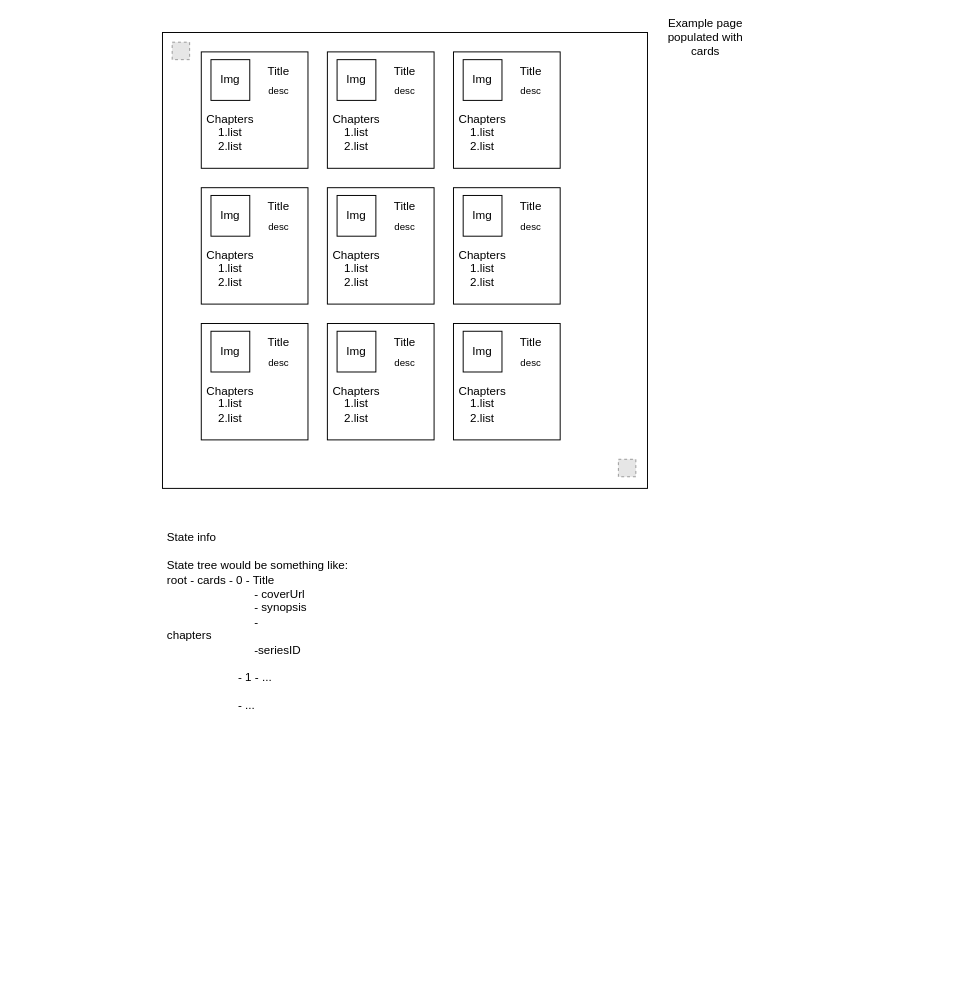
The draw.io diagram mGui.drawio in Boole215/mTracker, before the edit. Source tidied: cells renumbered, new cells numbered last; positions are measured from the earlier drawing's top-left corner, leaving out a move shared by most shapes. Both pictures are drawn from the tidied source at 97%, with x=0, y=0 at pixel (162, 22). Pictures stored in the file or linked from it are replaced by grey dashed boxes.
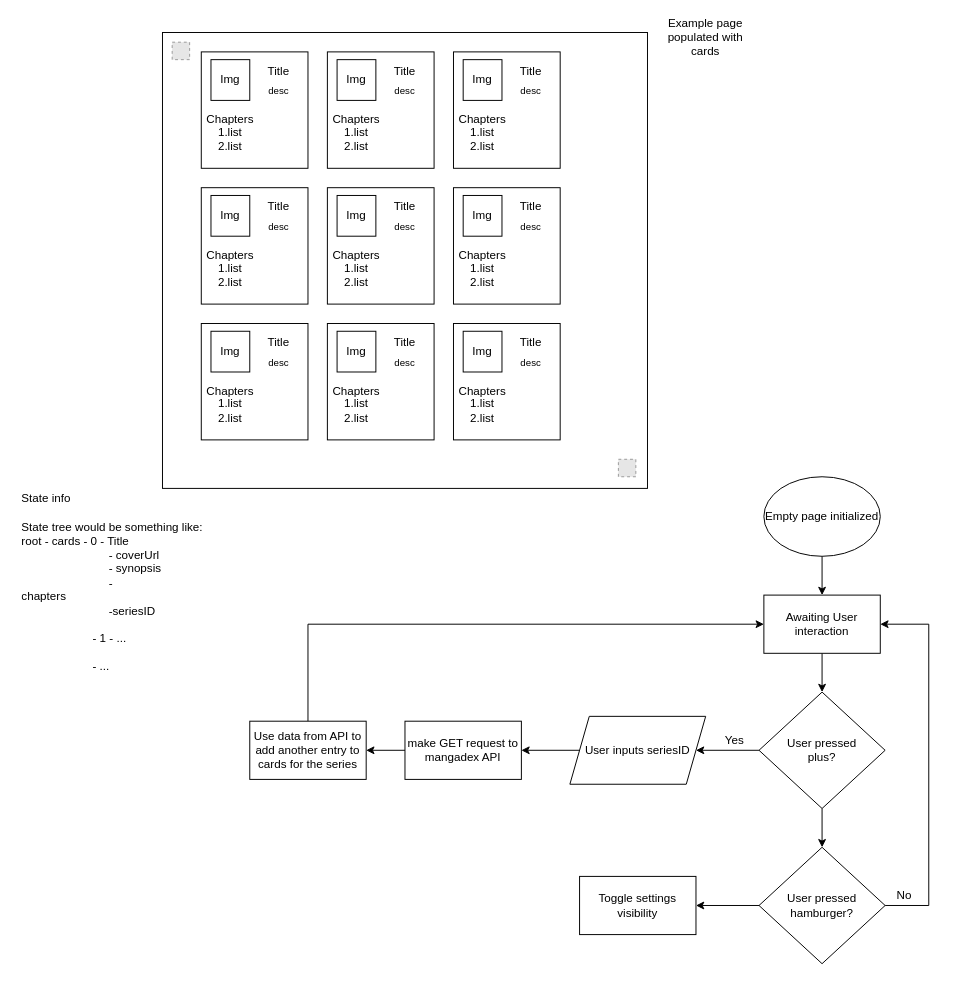
After the change.

What changed in the source:
```diff
@@
     <mxCell id="69" value="&#10;State info&#10;&#10;State tree would be something like:&#10;root - cards - 0 - Title&#10;                           - coverUrl&#10;                           - synopsis&#10;                           - chapters                                &#10;                           -seriesID                      &#10;&#10;                      - 1 - ...&#10;&#10;                      - ...&#10;&#10;&#10;&#10;" style="text;strokeColor=none;fillColor=none;spacing=5;spacingTop=-20;overflow=hidden;rounded=0;spacingBottom=0;whiteSpace=wrap;" parent="1" vertex="1">
-      <mxGeometry y="520" width="250" height="230" as="geometry" />
+      <mxGeometry x="-150" y="480" width="250" height="230" as="geometry" />
     </mxCell>
+    <mxCell id="70" style="edgeStyle=orthogonalEdgeStyle;rounded=0;jettySize=auto;html=1;entryX=0.5;entryY=0;entryDx=0;entryDy=0;" parent="1" edge="1" source="71" target="73">
+      <mxGeometry relative="1" as="geometry" />
+    </mxCell>
+    <mxCell id="71" value="Empty page initialized" style="ellipse;whiteSpace=wrap;html=1;" parent="1" vertex="1">
+      <mxGeometry x="620" y="468" width="120" height="82" as="geometry" />
+    </mxCell>
+    <mxCell id="72" style="edgeStyle=orthogonalEdgeStyle;rounded=0;jettySize=auto;html=1;entryX=0.5;entryY=0;entryDx=0;entryDy=0;" parent="1" edge="1" source="73" target="76">
+      <mxGeometry relative="1" as="geometry" />
+    </mxCell>
+    <mxCell id="73" value="Awaiting User interaction" style="rounded=0;whiteSpace=wrap;html=1;" parent="1" vertex="1">
+      <mxGeometry x="620" y="590" width="120" height="60" as="geometry" />
+    </mxCell>
+    <mxCell id="74" style="edgeStyle=orthogonalEdgeStyle;rounded=0;jettySize=auto;html=1;entryX=1;entryY=0.5;entryDx=0;entryDy=0;" parent="1" edge="1" source="76" target="78">
+      <mxGeometry relative="1" as="geometry" />
+    </mxCell>
+    <mxCell id="75" style="edgeStyle=orthogonalEdgeStyle;rounded=0;jettySize=auto;html=1;entryX=0.5;entryY=0;entryDx=0;entryDy=0;" parent="1" edge="1" source="76" target="82">
+      <mxGeometry relative="1" as="geometry" />
+    </mxCell>
+    <mxCell id="76" value="&lt;div&gt;User pressed&lt;/div&gt;plus?" style="rhombus;whiteSpace=wrap;html=1;" parent="1" vertex="1">
+      <mxGeometry x="615" y="690" width="130" height="120" as="geometry" />
+    </mxCell>
+    <mxCell id="77" style="edgeStyle=orthogonalEdgeStyle;rounded=0;jettySize=auto;html=1;entryX=1;entryY=0.5;entryDx=0;entryDy=0;" parent="1" edge="1" source="78" target="85">
+      <mxGeometry relative="1" as="geometry" />
+    </mxCell>
+    <mxCell id="78" value="User inputs seriesID" style="shape=parallelogram;perimeter=parallelogramPerimeter;whiteSpace=wrap;html=1;fixedSize=1;" parent="1" vertex="1">
+      <mxGeometry x="420" y="715" width="140" height="70" as="geometry" />
+    </mxCell>
+    <mxCell id="79" value="Yes" style="text;html=1;strokeColor=none;fillColor=none;align=center;verticalAlign=middle;whiteSpace=wrap;rounded=0;" parent="1" vertex="1">
+      <mxGeometry x="570" y="730" width="40" height="20" as="geometry" />
+    </mxCell>
+    <mxCell id="80" style="edgeStyle=orthogonalEdgeStyle;rounded=0;jettySize=auto;html=1;entryX=1;entryY=0.5;entryDx=0;entryDy=0;" parent="1" edge="1" source="82" target="73">
+      <mxGeometry relative="1" as="geometry">
+        <Array as="points">
+          <mxPoint x="790" y="910" />
+          <mxPoint x="790" y="620" />
+        </Array>
+      </mxGeometry>
+    </mxCell>
+    <mxCell id="81" style="edgeStyle=orthogonalEdgeStyle;rounded=0;jettySize=auto;html=1;entryX=1;entryY=0.5;entryDx=0;entryDy=0;" parent="1" edge="1" source="82" target="86">
+      <mxGeometry relative="1" as="geometry" />
+    </mxCell>
+    <mxCell id="82" value="&lt;div&gt;User pressed&lt;/div&gt;hamburger?" style="rhombus;whiteSpace=wrap;html=1;" parent="1" vertex="1">
+      <mxGeometry x="615" y="850" width="130" height="120" as="geometry" />
+    </mxCell>
+    <mxCell id="83" value="No" style="text;html=1;strokeColor=none;fillColor=none;align=center;verticalAlign=middle;whiteSpace=wrap;rounded=0;" parent="1" vertex="1">
+      <mxGeometry x="745" y="890" width="40" height="20" as="geometry" />
+    </mxCell>
+    <mxCell id="84" style="edgeStyle=orthogonalEdgeStyle;rounded=0;jettySize=auto;html=1;entryX=1;entryY=0.5;entryDx=0;entryDy=0;" parent="1" edge="1" source="85" target="88">
+      <mxGeometry relative="1" as="geometry" />
+    </mxCell>
+    <mxCell id="85" value="make GET request to mangadex API" style="rounded=0;whiteSpace=wrap;html=1;" parent="1" vertex="1">
+      <mxGeometry x="250" y="720" width="120" height="60" as="geometry" />
+    </mxCell>
+    <mxCell id="86" value="Toggle settings visibility" style="rounded=0;whiteSpace=wrap;html=1;" parent="1" vertex="1">
+      <mxGeometry x="430" y="880" width="120" height="60" as="geometry" />
+    </mxCell>
+    <mxCell id="87" style="edgeStyle=orthogonalEdgeStyle;rounded=0;jettySize=auto;html=1;exitX=0.5;exitY=0;exitDx=0;exitDy=0;entryX=0;entryY=0.5;entryDx=0;entryDy=0;" parent="1" edge="1" source="88" target="73">
+      <mxGeometry relative="1" as="geometry" />
+    </mxCell>
+    <mxCell id="88" value="Use data from API to add another entry to cards for the series" style="rounded=0;whiteSpace=wrap;html=1;" parent="1" vertex="1">
+      <mxGeometry x="90" y="720" width="120" height="60" as="geometry" />
+    </mxCell>
```
